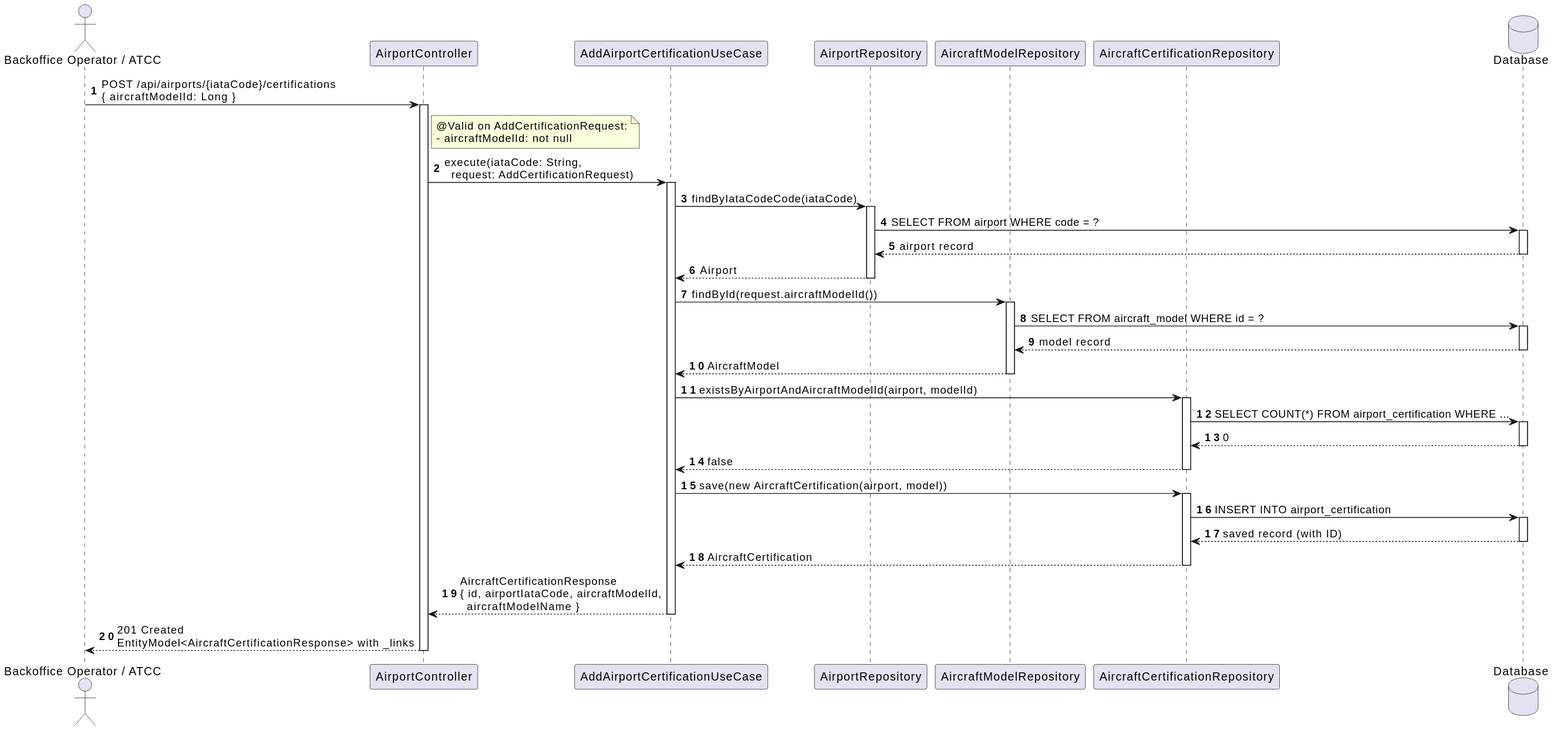
This is docs/system-documentation/use-cases/WP2A/US106a/svg/sd_us106a.svg from VascoMagolo/psoft_1231562_1241692_1242036_2db, a PlantUML export, as it was before one commit.
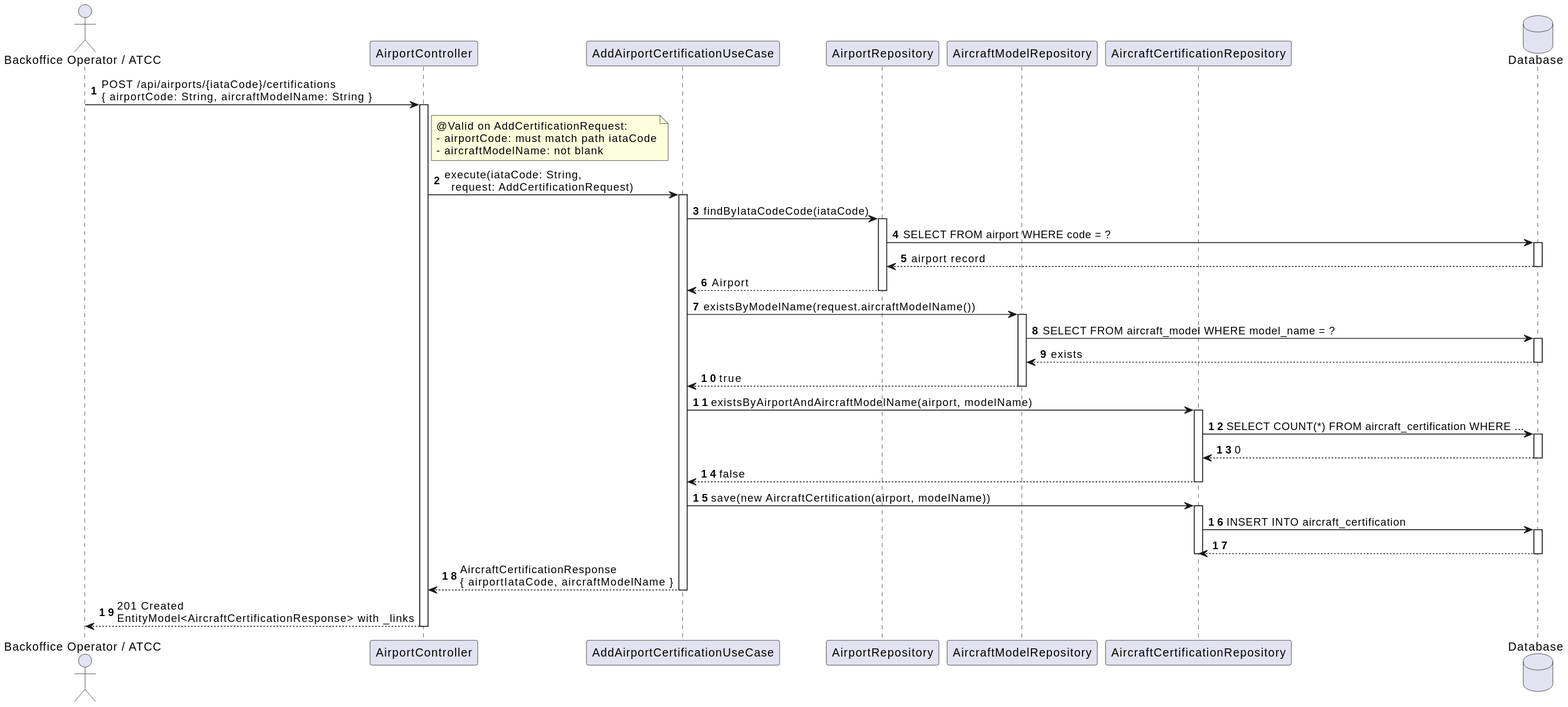
After the change.

Change to the diagram source:
```diff
@@ -8,12 +8,13 @@
 participant "AircraftCertificationRepository" as CertRepo
 database "Database" as DB
 
-Actor -> Ctrl : POST /api/airports/{iataCode}/certifications\n{ aircraftModelId: Long }
+Actor -> Ctrl : POST /api/airports/{iataCode}/certifications\n{ airportCode: String, aircraftModelName: String }
 activate Ctrl
 
 note right of Ctrl
   @Valid on AddCertificationRequest:
-  - aircraftModelId: not null
+  - airportCode: must match path iataCode
+  - aircraftModelName: not blank
 end note
 
 Ctrl -> UC : execute(iataCode: String,\n  request: AddCertificationRequest)
@@ -28,34 +29,33 @@
 AirportRepo --> UC : Airport
 deactivate AirportRepo
 
-UC -> ModelRepo : findById(request.aircraftModelId())
+UC -> ModelRepo : existsByModelName(request.aircraftModelName())
 activate ModelRepo
-ModelRepo -> DB : SELECT FROM aircraft_model WHERE id = ?
+ModelRepo -> DB : SELECT FROM aircraft_model WHERE model_name = ?
 activate DB
-DB --> ModelRepo : model record
+DB --> ModelRepo : exists
 deactivate DB
-ModelRepo --> UC : AircraftModel
+ModelRepo --> UC : true
 deactivate ModelRepo
 
-UC -> CertRepo : existsByAirportAndAircraftModelId(airport, modelId)
+UC -> CertRepo : existsByAirportAndAircraftModelName(airport, modelName)
 activate CertRepo
-CertRepo -> DB : SELECT COUNT(*) FROM airport_certification WHERE ...
+CertRepo -> DB : SELECT COUNT(*) FROM aircraft_certification WHERE ...
 activate DB
 DB --> CertRepo : 0
 deactivate DB
 CertRepo --> UC : false
 deactivate CertRepo
 
-UC -> CertRepo : save(new AircraftCertification(airport, model))
+UC -> CertRepo : save(new AircraftCertification(airport, modelName))
 activate CertRepo
-CertRepo -> DB : INSERT INTO airport_certification
+CertRepo -> DB : INSERT INTO aircraft_certification
 activate DB
-DB --> CertRepo : saved record (with ID)
+DB --> CertRepo
 deactivate DB
-CertRepo --> UC : AircraftCertification
 deactivate CertRepo
 
-UC --> Ctrl : AircraftCertificationResponse\n{ id, airportIataCode, aircraftModelId,\n  aircraftModelName }
+UC --> Ctrl : AircraftCertificationResponse\n{ airportIataCode, aircraftModelName }
 deactivate UC
 
 Ctrl --> Actor : 201 Created\nEntityModel<AircraftCertificationResponse> with _links
```
